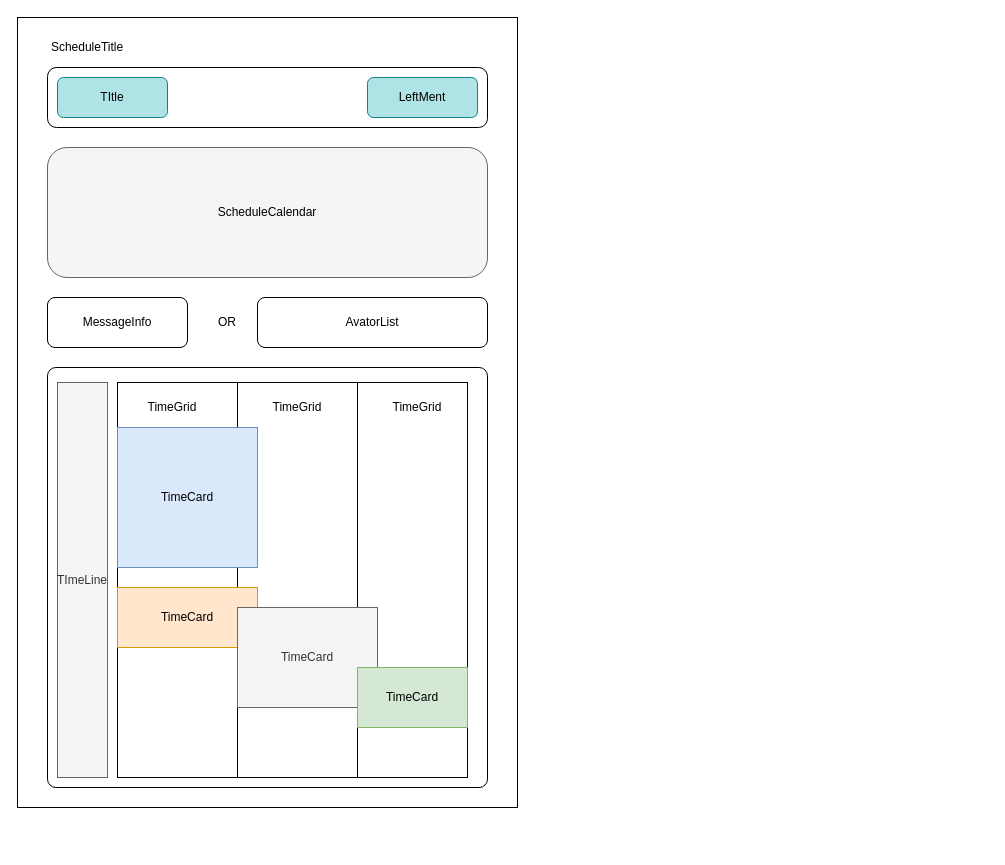
Before: Untitled Diagram.drawio in Leonard-Li777/awesome-react-cn, a draw.io diagram. Source tidied: cells renumbered, new cells numbered last; positions are measured from the earlier drawing's top-left corner, leaving out a move shared by most shapes. Both pictures are drawn from the tidied source at 100%, with x=0, y=0 at pixel (17, 17).
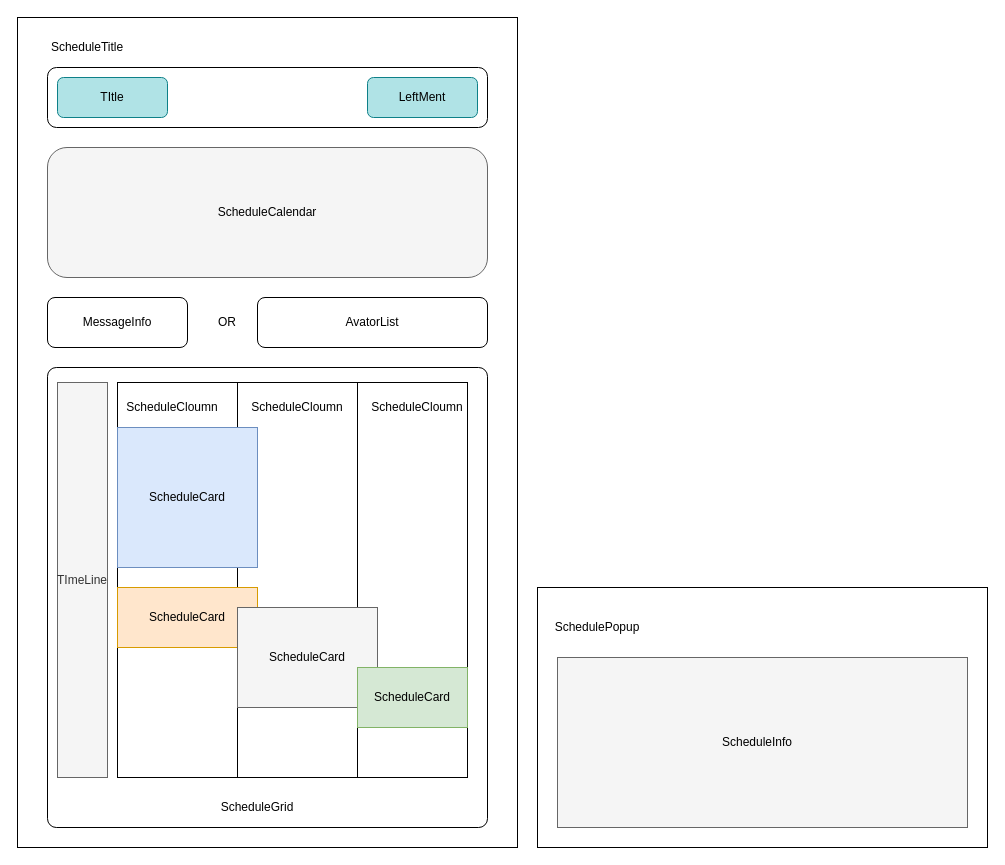
The same page after the edit.

Change to the diagram source:
```diff
@@
     <mxCell id="2" style="rounded=0;whiteSpace=wrap;html=1;" parent="1" vertex="1">
-      <mxGeometry width="500" height="790" as="geometry" />
+      <mxGeometry width="500" height="830" as="geometry" />
     </mxCell>
@@
     <mxCell id="12" style="rounded=1;whiteSpace=wrap;html=1;arcSize=2;" parent="1" vertex="1">
-      <mxGeometry x="30" y="350" width="440" height="420" as="geometry" />
+      <mxGeometry x="30" y="350" width="440" height="460" as="geometry" />
     </mxCell>
@@
-    <mxCell id="16" value="TimeGrid" style="text;html=1;strokeColor=none;fillColor=none;align=center;verticalAlign=middle;whiteSpace=wrap;rounded=0;" parent="1" vertex="1">
+    <mxCell id="16" value="ScheduleCloumn" style="text;html=1;strokeColor=none;fillColor=none;align=center;verticalAlign=middle;whiteSpace=wrap;rounded=0;" parent="1" vertex="1">
       <mxGeometry x="135" y="380" width="40" height="20" as="geometry" />
     </mxCell>
-    <mxCell id="17" value="TimeCard" style="whiteSpace=wrap;html=1;fillColor=#dae8fc;strokeColor=#6c8ebf;" parent="1" vertex="1">
+    <mxCell id="17" value="ScheduleCard" style="whiteSpace=wrap;html=1;fillColor=#dae8fc;strokeColor=#6c8ebf;" parent="1" vertex="1">
       <mxGeometry x="100" y="410" width="140" height="140" as="geometry" />
     </mxCell>
-    <mxCell id="18" value="&lt;span&gt;TimeCard&lt;/span&gt;" style="rounded=0;whiteSpace=wrap;html=1;fillColor=#ffe6cc;strokeColor=#d79b00;" parent="1" vertex="1">
+    <mxCell id="18" value="ScheduleCard" style="rounded=0;whiteSpace=wrap;html=1;fillColor=#ffe6cc;strokeColor=#d79b00;" parent="1" vertex="1">
       <mxGeometry x="100" y="570" width="140" height="60" as="geometry" />
     </mxCell>
@@
-    <mxCell id="20" value="&lt;span&gt;TimeCard&lt;/span&gt;" style="rounded=0;whiteSpace=wrap;html=1;fillColor=#f5f5f5;strokeColor=#666666;fontColor=#333333;" parent="1" vertex="1">
+    <mxCell id="20" value="&lt;span style=&quot;color: rgb(0 , 0 , 0)&quot;&gt;ScheduleCard&lt;/span&gt;" style="rounded=0;whiteSpace=wrap;html=1;fillColor=#f5f5f5;strokeColor=#666666;fontColor=#333333;" parent="1" vertex="1">
       <mxGeometry x="220" y="590" width="140" height="100" as="geometry" />
     </mxCell>
-    <mxCell id="21" value="&lt;span&gt;TimeCard&lt;/span&gt;" style="rounded=0;whiteSpace=wrap;html=1;fillColor=#d5e8d4;strokeColor=#82b366;" parent="1" vertex="1">
+    <mxCell id="21" value="ScheduleCard" style="rounded=0;whiteSpace=wrap;html=1;fillColor=#d5e8d4;strokeColor=#82b366;" parent="1" vertex="1">
       <mxGeometry x="340" y="650" width="110" height="60" as="geometry" />
     </mxCell>
-    <mxCell id="22" value="TimeGrid" style="text;html=1;strokeColor=none;fillColor=none;align=center;verticalAlign=middle;whiteSpace=wrap;rounded=0;" parent="1" vertex="1">
+    <mxCell id="22" value="ScheduleCloumn" style="text;html=1;strokeColor=none;fillColor=none;align=center;verticalAlign=middle;whiteSpace=wrap;rounded=0;" parent="1" vertex="1">
       <mxGeometry x="260" y="380" width="40" height="20" as="geometry" />
     </mxCell>
-    <mxCell id="23" value="TimeGrid" style="text;html=1;strokeColor=none;fillColor=none;align=center;verticalAlign=middle;whiteSpace=wrap;rounded=0;" parent="1" vertex="1">
+    <mxCell id="23" value="ScheduleCloumn" style="text;html=1;strokeColor=none;fillColor=none;align=center;verticalAlign=middle;whiteSpace=wrap;rounded=0;" parent="1" vertex="1">
       <mxGeometry x="380" y="380" width="40" height="20" as="geometry" />
     </mxCell>
+    <mxCell id="24" value="ScheduleGrid" style="text;html=1;strokeColor=none;fillColor=none;align=center;verticalAlign=middle;whiteSpace=wrap;rounded=0;" parent="1" vertex="1">
+      <mxGeometry x="220" y="780" width="40" height="20" as="geometry" />
+    </mxCell>
+    <mxCell id="25" style="rounded=0;whiteSpace=wrap;html=1;" parent="1" vertex="1">
+      <mxGeometry x="520" y="570" width="450" height="260" as="geometry" />
+    </mxCell>
+    <mxCell id="26" value="SchedulePopup" style="text;html=1;strokeColor=none;fillColor=none;align=center;verticalAlign=middle;whiteSpace=wrap;rounded=0;" parent="1" vertex="1">
+      <mxGeometry x="560" y="600" width="40" height="20" as="geometry" />
+    </mxCell>
+    <mxCell id="27" style="rounded=0;whiteSpace=wrap;html=1;fillColor=#f5f5f5;strokeColor=#666666;fontColor=#333333;" parent="1" vertex="1">
+      <mxGeometry x="540" y="640" width="410" height="170" as="geometry" />
+    </mxCell>
+    <mxCell id="28" value="ScheduleInfo" style="text;html=1;strokeColor=none;fillColor=none;align=center;verticalAlign=middle;whiteSpace=wrap;rounded=0;" parent="1" vertex="1">
+      <mxGeometry x="720" y="715" width="40" height="20" as="geometry" />
+    </mxCell>
```
